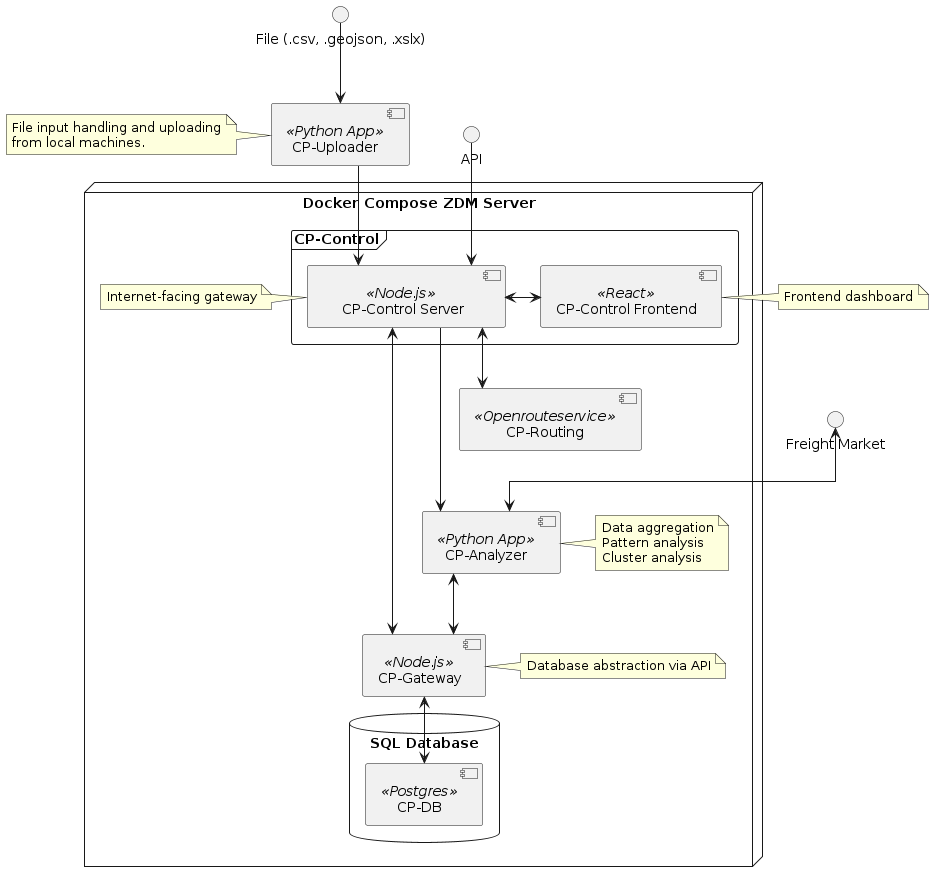
sbublie/cargo-pilot keeps this PlantUML diagram as docs/highlevel_components.png. Above is the earlier version. Its diagram source:
```plantuml
@startuml

skinparam linetype polyline
skinparam linetype ortho




node "Docker Compose ZDM Server" {
    frame "CP-Control" {
        component [     CP-Control Server    ] as control1 <<Node.js>>
        component [CP-Control Frontend] as control2 <<React>>
    }

    component [CP-Routing] as routing <<Openrouteservice>>
    component [CP-Analyzer] as analyzer <<Python App>>
    component [CP-Gateway] as gateway <<Node.js>>
    database "SQL Database" {
        component [CP-DB] as db <<Postgres>>
    }

    note right of gateway
        Database abstraction via API
    end note

    note right of analyzer
        Data aggregation
        Pattern analysis
        Cluster analysis
    end note

    note left of control1
        Internet-facing gateway
    end note
}

component [CP-Uploader] as uploader <<Python App>>

interface "Freight Market" as market
interface "File (.csv, .geojson, .xslx)" as file
interface "API" as api


control1 <-> control2
uploader --> control1
control1 <--> routing
control1 ---> analyzer
control1 <--> gateway
analyzer <--> gateway
gateway <--> db
market <--> analyzer
file --> uploader
api --> control1

note left of uploader
    File input handling and uploading
    from local machines.
end note


note right of control2
    Frontend dashboard
end note


@enduml
```
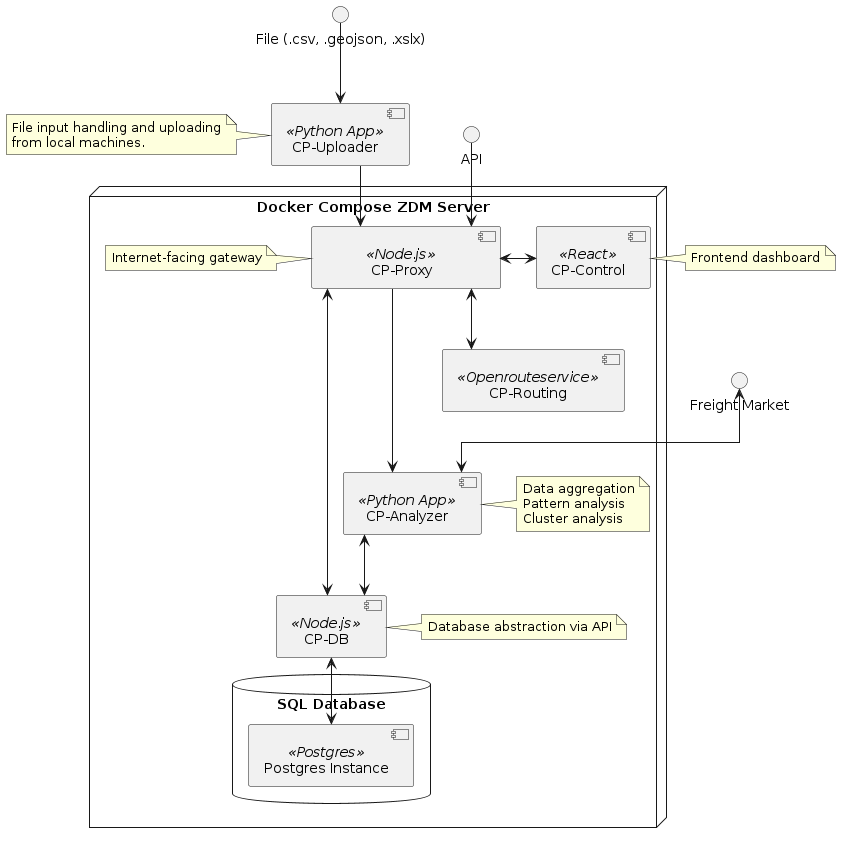
After the commit.

Change to the diagram source:
```diff
@@ -3,23 +3,20 @@
 skinparam linetype polyline
 skinparam linetype ortho
 
+node "Docker Compose ZDM Server" {
 
+    component [           CP-Proxy           ] as proxy <<Node.js>>
+    component [CP-Control] as control <<React>>
 
-
-node "Docker Compose ZDM Server" {
-    frame "CP-Control" {
-        component [     CP-Control Server    ] as control1 <<Node.js>>
-        component [CP-Control Frontend] as control2 <<React>>
-    }
 
     component [CP-Routing] as routing <<Openrouteservice>>
     component [CP-Analyzer] as analyzer <<Python App>>
-    component [CP-Gateway] as gateway <<Node.js>>
+    component [CP-DB] as db <<Node.js>>
     database "SQL Database" {
-        component [CP-DB] as db <<Postgres>>
+        component [Postgres Instance] as postgres <<Postgres>>
     }
 
-    note right of gateway
+    note right of db
         Database abstraction via API
     end note
 
@@ -29,7 +26,7 @@
         Cluster analysis
     end note
 
-    note left of control1
+    note left of proxy
         Internet-facing gateway
     end note
 }
@@ -41,16 +38,16 @@
 interface "API" as api
 
 
-control1 <-> control2
-uploader --> control1
-control1 <--> routing
-control1 ---> analyzer
-control1 <--> gateway
-analyzer <--> gateway
-gateway <--> db
+proxy <-> control
+uploader --> proxy
+proxy <--> routing
+proxy ---> analyzer
+proxy <--> db
+analyzer <--> db
+db <--> postgres
 market <--> analyzer
 file --> uploader
-api --> control1
+api --> proxy
 
 note left of uploader
     File input handling and uploading
@@ -58,7 +55,7 @@
 end note
 
 
-note right of control2
+note right of control
     Frontend dashboard
 end note
 
```
